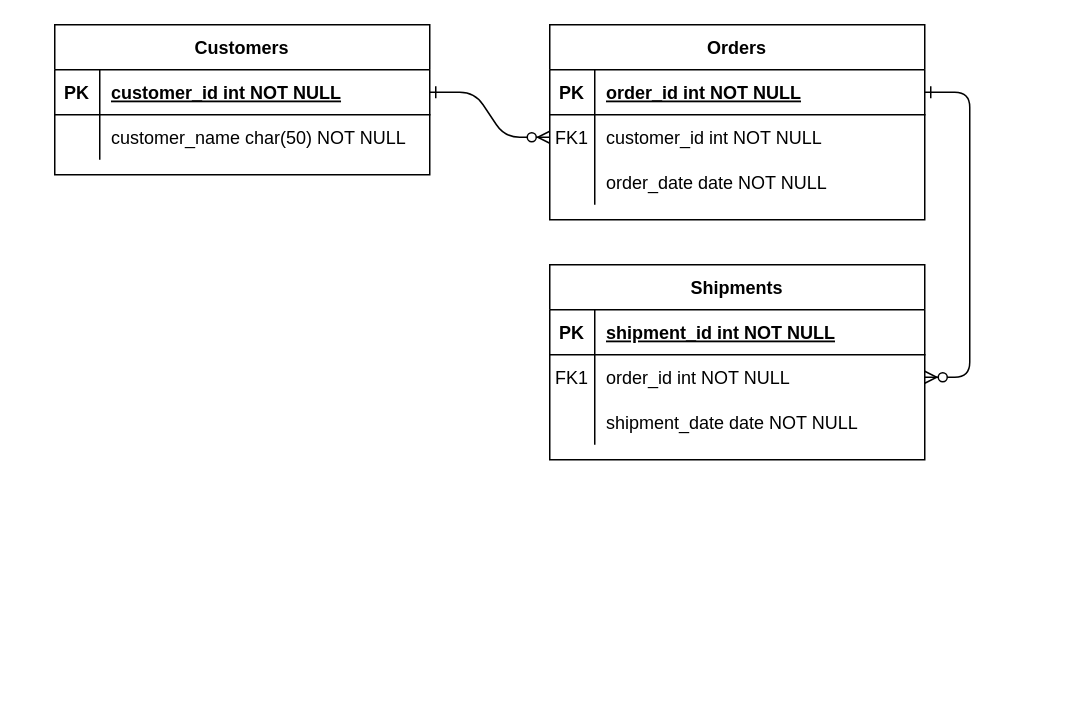
The draw.io diagram .github/Unbenanntes Diagramm.drawio in NicolasSpettel/lab-database-normalization, before the edit. Source tidied: cells renumbered, new cells numbered last; positions are measured from the earlier drawing's top-left corner, leaving out a move shared by most shapes. Both pictures are drawn from the tidied source at 150%, with x=0, y=0 at pixel (54, 24).
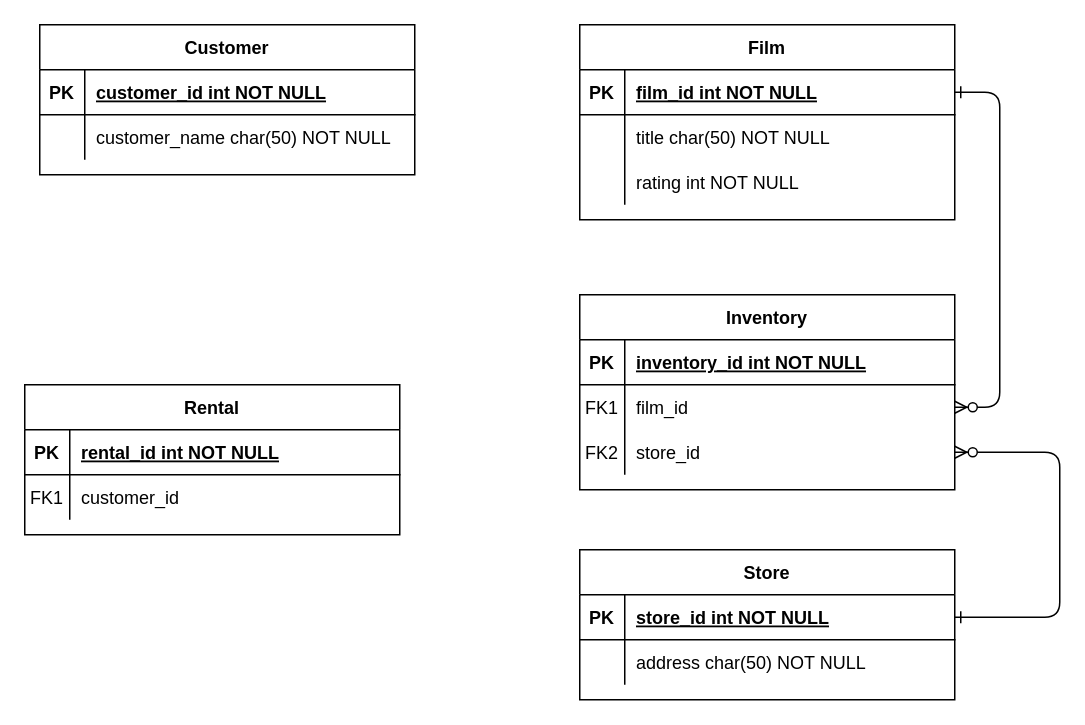
Above is the later version.

Commit message:
Database Normalization

The change refers to these unchanged cells:
```xml
<mxCell id="5" style="shape=partialRectangle;fillColor=none;points=[[0,0.5],[1,0.5]];portConstraint=eastwest;top=0;left=0;right=0;bottom=1;" parent="4" vertex="1">
  <mxGeometry y="30" width="250" height="30" as="geometry" />
</mxCell>
<mxCell id="8" style="shape=partialRectangle;fillColor=none;points=[[0,0.5],[1,0.5]];portConstraint=eastwest;top=0;left=0;right=0;bottom=0;" parent="4" vertex="1">
  <mxGeometry y="60" width="250" height="30" as="geometry" />
</mxCell>
<mxCell id="11" style="shape=partialRectangle;fillColor=none;top=0;left=0;right=0;bottom=0;" parent="4" vertex="1">
  <mxGeometry y="90" width="250" height="30" as="geometry" />
</mxCell>
<mxCell id="15" style="shape=partialRectangle;fillColor=none;top=0;left=0;right=0;bottom=1;" parent="14" vertex="1">
  <mxGeometry y="30" width="250" height="30" as="geometry" />
</mxCell>
<mxCell id="18" style="shape=partialRectangle;fillColor=none;points=[[0,0.5],[1,0.5]];portConstraint=eastwest;top=0;left=0;right=0;bottom=0;" parent="14" vertex="1">
  <mxGeometry y="60" width="250" height="30" as="geometry" />
</mxCell>
<mxCell id="25" style="shape=partialRectangle;fillColor=none;points=[[0,0.5],[1,0.5]];portConstraint=eastwest;top=0;left=0;right=0;bottom=1;" parent="24" vertex="1">
  <mxGeometry y="30" width="250" height="30" as="geometry" />
</mxCell>
```

Diff of the diagram source:
```diff
@@
-    <mxCell id="2" style="edgeStyle=entityRelationEdgeStyle;endArrow=ERzeroToMany;startArrow=ERone;endFill=1;startFill=0;" parent="1" edge="1" source="25" target="8">
-      <mxGeometry relative="1" as="geometry" />
-    </mxCell>
@@
-    <mxCell id="4" value="Orders" style="shape=table;startSize=30;childLayout=tableLayout;rowLines=0;fontStyle=1;align=center;" parent="1" vertex="1">
-      <mxGeometry x="330" width="250" height="130" as="geometry" />
+    <mxCell id="4" value="Film" style="shape=table;startSize=30;childLayout=tableLayout;rowLines=0;fontStyle=1;align=center;" parent="1" vertex="1">
+      <mxGeometry x="350" width="250" height="130" as="geometry" />
     </mxCell>
@@
-    <mxCell id="7" value="order_id int NOT NULL " style="shape=partialRectangle;overflow=hidden;fillColor=none;top=0;left=0;bottom=0;right=0;align=left;spacingLeft=6;fontStyle=5;" parent="5" vertex="1">
+    <mxCell id="7" value="film_id int NOT NULL" style="shape=partialRectangle;overflow=hidden;fillColor=none;top=0;left=0;bottom=0;right=0;align=left;spacingLeft=6;fontStyle=5;" parent="5" vertex="1">
       <mxGeometry x="30" width="220" height="30" as="geometry" />
     </mxCell>
@@
-    <mxCell id="9" value="FK1" style="shape=partialRectangle;overflow=hidden;fillColor=none;top=0;left=0;bottom=0;right=0;" parent="8" vertex="1">
+    <mxCell id="9" style="shape=partialRectangle;overflow=hidden;fillColor=none;top=0;left=0;bottom=0;right=0;" parent="8" vertex="1">
       <mxGeometry width="30" height="30" as="geometry" />
     </mxCell>
-    <mxCell id="10" value="customer_id int NOT NULL" style="shape=partialRectangle;overflow=hidden;fillColor=none;top=0;left=0;bottom=0;right=0;align=left;spacingLeft=6;" parent="8" vertex="1">
+    <mxCell id="10" value="title char(50) NOT NULL" style="shape=partialRectangle;overflow=hidden;fillColor=none;top=0;left=0;bottom=0;right=0;align=left;spacingLeft=6;" parent="8" vertex="1">
       <mxGeometry x="30" width="220" height="30" as="geometry" />
     </mxCell>
@@
-    <mxCell id="13" value="order_date date NOT NULL" style="shape=partialRectangle;overflow=hidden;fillColor=none;top=0;left=0;bottom=0;right=0;align=left;spacingLeft=6;" parent="11" vertex="1">
+    <mxCell id="13" value="rating int NOT NULL" style="shape=partialRectangle;overflow=hidden;fillColor=none;top=0;left=0;bottom=0;right=0;align=left;spacingLeft=6;" parent="11" vertex="1">
       <mxGeometry x="30" width="220" height="30" as="geometry" />
     </mxCell>
-    <mxCell id="14" value="Shipments" style="shape=table;startSize=30;childLayout=tableLayout;rowLines=0;fontStyle=1;align=center;" parent="1" vertex="1">
-      <mxGeometry x="330" y="160" width="250" height="130" as="geometry" />
+    <mxCell id="14" value="Inventory" style="shape=table;startSize=30;childLayout=tableLayout;rowLines=0;fontStyle=1;align=center;" parent="1" vertex="1">
+      <mxGeometry x="350" y="180" width="250" height="130" as="geometry" />
     </mxCell>
@@
-    <mxCell id="17" value="shipment_id int NOT NULL " style="shape=partialRectangle;overflow=hidden;fillColor=none;top=0;left=0;bottom=0;right=0;align=left;spacingLeft=6;fontStyle=5;" parent="15" vertex="1">
+    <mxCell id="17" value="inventory_id int NOT NULL" style="shape=partialRectangle;overflow=hidden;fillColor=none;top=0;left=0;bottom=0;right=0;align=left;spacingLeft=6;fontStyle=5;" parent="15" vertex="1">
       <mxGeometry x="30" width="220" height="30" as="geometry" />
     </mxCell>
@@
-    <mxCell id="20" value="order_id int NOT NULL" style="shape=partialRectangle;overflow=hidden;fillColor=none;top=0;left=0;bottom=0;right=0;align=left;spacingLeft=6;" parent="18" vertex="1">
+    <mxCell id="20" value="film_id " style="shape=partialRectangle;overflow=hidden;fillColor=none;top=0;left=0;bottom=0;right=0;align=left;spacingLeft=6;" parent="18" vertex="1">
       <mxGeometry x="30" width="220" height="30" as="geometry" />
     </mxCell>
-    <mxCell id="21" style="shape=partialRectangle;fillColor=none;points=[[0,0.5],[1,0.5]];portConstraint=eastwest;top=0;left=0;right=0;bottom=0;" parent="14" vertex="1">
+    <mxCell id="21" style="shape=partialRectangle;fillColor=none;points=[[0,0.5],[1,0.5]];portConstraint=eastwest;top=0;left=0;right=0;bottom=0;labelBackgroundColor=default;endArrow=ERzeroToMany;fontSize=11;rounded=1;startArrow=ERone;endFill=1;startFill=0;" parent="14" vertex="1">
       <mxGeometry y="90" width="250" height="30" as="geometry" />
     </mxCell>
-    <mxCell id="22" style="shape=partialRectangle;overflow=hidden;fillColor=none;top=0;left=0;bottom=0;right=0;" parent="21" vertex="1">
+    <mxCell id="22" value="FK2" style="shape=partialRectangle;overflow=hidden;fillColor=none;top=0;left=0;bottom=0;right=0;" parent="21" vertex="1">
       <mxGeometry width="30" height="30" as="geometry" />
     </mxCell>
-    <mxCell id="23" value="shipment_date date NOT NULL" style="shape=partialRectangle;overflow=hidden;fillColor=none;top=0;left=0;bottom=0;right=0;align=left;spacingLeft=6;" parent="21" vertex="1">
+    <mxCell id="23" value="store_id" style="shape=partialRectangle;overflow=hidden;fillColor=none;top=0;left=0;bottom=0;right=0;align=left;spacingLeft=6;" parent="21" vertex="1">
       <mxGeometry x="30" width="220" height="30" as="geometry" />
     </mxCell>
-    <mxCell id="24" value="Customers" style="shape=table;startSize=30;childLayout=tableLayout;rowLines=0;fontStyle=1;align=center;" parent="1" vertex="1">
-      <mxGeometry width="250" height="100" as="geometry" />
+    <mxCell id="24" value="Customer" style="shape=table;startSize=30;childLayout=tableLayout;rowLines=0;fontStyle=1;align=center;" parent="1" vertex="1">
+      <mxGeometry x="-10" width="250" height="100" as="geometry" />
     </mxCell>
@@
+    <mxCell id="31" value="Store" style="shape=table;startSize=30;childLayout=tableLayout;rowLines=0;fontStyle=1;align=center;" parent="1" vertex="1">
+      <mxGeometry x="350" y="350" width="250" height="100" as="geometry" />
+    </mxCell>
+    <mxCell id="32" style="shape=partialRectangle;fillColor=none;points=[[0,0.5],[1,0.5]];portConstraint=eastwest;top=0;left=0;right=0;bottom=1;" parent="31" vertex="1">
+      <mxGeometry y="30" width="250" height="30" as="geometry" />
+    </mxCell>
+    <mxCell id="33" value="PK" style="shape=partialRectangle;overflow=hidden;fillColor=none;top=0;left=0;bottom=0;right=0;fontStyle=1;" parent="32" vertex="1">
+      <mxGeometry width="30" height="30" as="geometry" />
+    </mxCell>
+    <mxCell id="34" value="store_id int NOT NULL" style="shape=partialRectangle;overflow=hidden;fillColor=none;top=0;left=0;bottom=0;right=0;align=left;spacingLeft=6;fontStyle=5;" parent="32" vertex="1">
+      <mxGeometry x="30" width="220" height="30" as="geometry" />
+    </mxCell>
+    <mxCell id="35" style="shape=partialRectangle;fillColor=none;top=0;left=0;right=0;bottom=0;" parent="31" vertex="1">
+      <mxGeometry y="60" width="250" height="30" as="geometry" />
+    </mxCell>
+    <mxCell id="36" style="shape=partialRectangle;overflow=hidden;fillColor=none;top=0;left=0;bottom=0;right=0;" parent="35" vertex="1">
+      <mxGeometry width="30" height="30" as="geometry" />
+    </mxCell>
+    <mxCell id="37" value="address char(50) NOT NULL" style="shape=partialRectangle;overflow=hidden;fillColor=none;top=0;left=0;bottom=0;right=0;align=left;spacingLeft=6;" parent="35" vertex="1">
+      <mxGeometry x="30" width="220" height="30" as="geometry" />
+    </mxCell>
+    <mxCell id="38" value="Rental" style="shape=table;startSize=30;childLayout=tableLayout;rowLines=0;fontStyle=1;align=center;" parent="1" vertex="1">
+      <mxGeometry x="-20" y="240" width="250" height="100" as="geometry" />
+    </mxCell>
+    <mxCell id="39" style="shape=partialRectangle;fillColor=none;top=0;left=0;right=0;bottom=1;" parent="38" vertex="1">
+      <mxGeometry y="30" width="250" height="30" as="geometry" />
+    </mxCell>
+    <mxCell id="40" value="PK" style="shape=partialRectangle;overflow=hidden;fillColor=none;top=0;left=0;bottom=0;right=0;fontStyle=1;" parent="39" vertex="1">
+      <mxGeometry width="30" height="30" as="geometry" />
+    </mxCell>
+    <mxCell id="41" value="rental_id int NOT NULL" style="shape=partialRectangle;overflow=hidden;fillColor=none;top=0;left=0;bottom=0;right=0;align=left;spacingLeft=6;fontStyle=5;" parent="39" vertex="1">
+      <mxGeometry x="30" width="220" height="30" as="geometry" />
+    </mxCell>
+    <mxCell id="42" style="shape=partialRectangle;fillColor=none;top=0;left=0;right=0;bottom=0;" parent="38" vertex="1">
+      <mxGeometry y="60" width="250" height="30" as="geometry" />
+    </mxCell>
+    <mxCell id="43" value="FK1" style="shape=partialRectangle;overflow=hidden;fillColor=none;top=0;left=0;bottom=0;right=0;" parent="42" vertex="1">
+      <mxGeometry width="30" height="30" as="geometry" />
+    </mxCell>
+    <mxCell id="44" value="customer_id" style="shape=partialRectangle;overflow=hidden;fillColor=none;top=0;left=0;bottom=0;right=0;align=left;spacingLeft=6;" parent="42" vertex="1">
+      <mxGeometry x="30" width="220" height="30" as="geometry" />
+    </mxCell>
+    <mxCell id="45" style="edgeStyle=orthogonalEdgeStyle;rounded=1;jettySize=auto;html=1;endArrow=ERzeroToMany;startArrow=ERone;endFill=1;startFill=0;exitX=1;exitY=0.5;exitDx=0;exitDy=0;" parent="1" edge="1" source="32" target="21">
+      <mxGeometry relative="1" as="geometry">
+        <Array as="points">
+          <mxPoint x="670" y="395" />
+          <mxPoint x="670" y="285" />
+        </Array>
+      </mxGeometry>
+    </mxCell>
```
